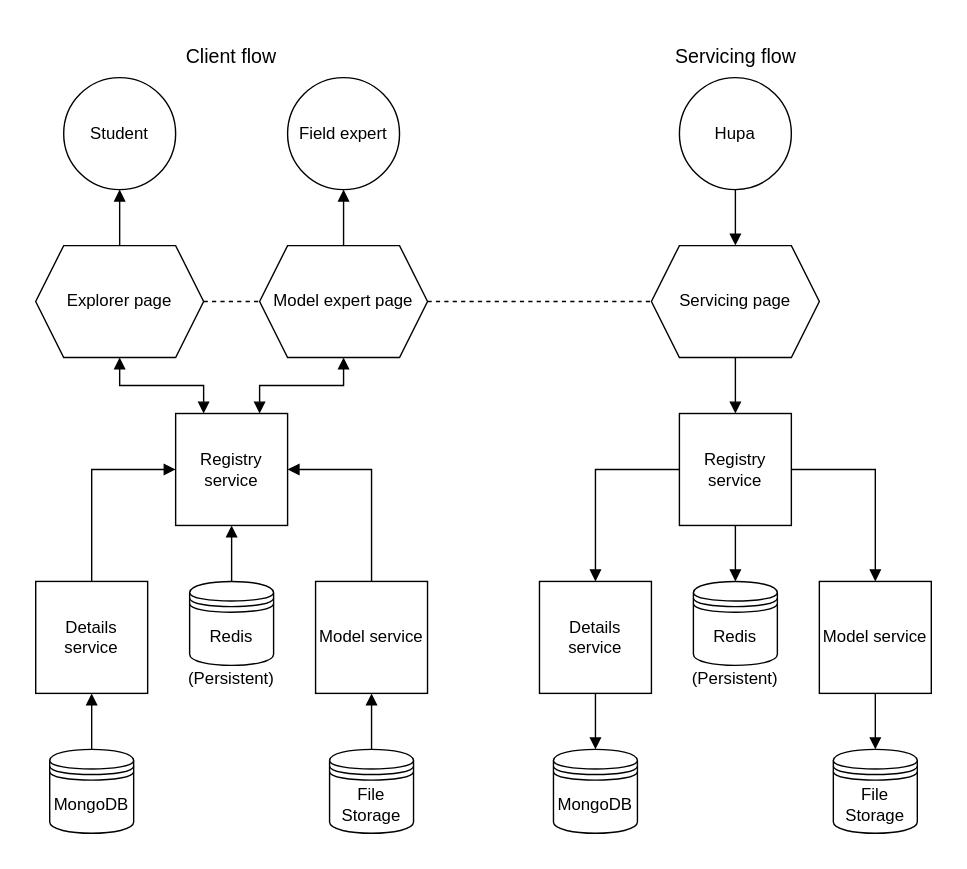
The draw.io diagram design/quicklook.svg in Hupa-Baha-21/inspectAir, before a commit. Source tidied: cells renumbered, new cells last; positions are measured from the earlier drawing's top-left corner, leaving out a move shared by most shapes. Its diagram source:
```xml
<mxGraphModel>
  <root>
    <mxCell id="0" />
    <mxCell id="1" parent="0" />
    <mxCell id="2" value="MongoDB" style="shape=datastore;whiteSpace=wrap;html=1;" parent="1" vertex="1">
      <mxGeometry x="10" y="510" width="60" height="60" as="geometry" />
    </mxCell>
    <mxCell id="3" value="File Storage" style="shape=datastore;whiteSpace=wrap;html=1;" parent="1" vertex="1">
      <mxGeometry x="210" y="510" width="60" height="60" as="geometry" />
    </mxCell>
    <mxCell id="4" value="Details service" style="whiteSpace=wrap;html=1;" parent="1" vertex="1">
      <mxGeometry y="390" width="80" height="80" as="geometry" />
    </mxCell>
    <mxCell id="5" value="Model service" style="whiteSpace=wrap;html=1;" parent="1" vertex="1">
      <mxGeometry x="200" y="390" width="80" height="80" as="geometry" />
    </mxCell>
    <mxCell id="6" style="edgeStyle=orthogonalEdgeStyle;rounded=0;jettySize=auto;html=1;entryX=0.5;entryY=1;entryDx=0;entryDy=0;startArrow=none;startFill=0;endArrow=block;endFill=1;" parent="1" edge="1" source="3" target="5">
      <mxGeometry relative="1" as="geometry" />
    </mxCell>
    <mxCell id="7" style="endArrow=block;startArrow=none;html=1;rounded=0;exitX=0.5;exitY=0;exitDx=0;exitDy=0;entryX=0.5;entryY=1;entryDx=0;entryDy=0;endFill=1;startFill=0;" parent="1" edge="1" source="2" target="4">
      <mxGeometry relative="1" as="geometry" />
    </mxCell>
    <mxCell id="8" value="Student" style="ellipse;whiteSpace=wrap;html=1;" parent="1" vertex="1">
      <mxGeometry x="20" y="30" width="80" height="80" as="geometry" />
    </mxCell>
    <mxCell id="9" style="edgeStyle=orthogonalEdgeStyle;rounded=0;jettySize=auto;html=1;entryX=0;entryY=0.5;entryDx=0;entryDy=0;startArrow=none;startFill=0;endArrow=none;endFill=0;dashed=1;" parent="1" edge="1" source="10" target="14">
      <mxGeometry relative="1" as="geometry" />
    </mxCell>
    <mxCell id="10" value="Explorer page" style="shape=hexagon;perimeter=hexagonPerimeter2;whiteSpace=wrap;html=1;fixedSize=1;" parent="1" vertex="1">
      <mxGeometry y="150" width="120" height="80" as="geometry" />
    </mxCell>
    <mxCell id="11" style="edgeStyle=orthogonalEdgeStyle;rounded=0;jettySize=auto;html=1;entryX=0.5;entryY=0;entryDx=0;entryDy=0;startArrow=block;startFill=1;endArrow=none;endFill=0;" parent="1" edge="1" source="8" target="10">
      <mxGeometry relative="1" as="geometry" />
    </mxCell>
    <mxCell id="12" value="Field expert" style="ellipse;whiteSpace=wrap;html=1;" parent="1" vertex="1">
      <mxGeometry x="180" y="30" width="80" height="80" as="geometry" />
    </mxCell>
    <mxCell id="13" style="edgeStyle=orthogonalEdgeStyle;rounded=0;jettySize=auto;html=1;entryX=0;entryY=0.5;entryDx=0;entryDy=0;dashed=1;startArrow=none;startFill=0;endArrow=none;endFill=0;" parent="1" edge="1" source="14" target="39">
      <mxGeometry relative="1" as="geometry" />
    </mxCell>
    <mxCell id="14" value="Model expert page" style="shape=hexagon;perimeter=hexagonPerimeter2;whiteSpace=wrap;html=1;fixedSize=1;" parent="1" vertex="1">
      <mxGeometry x="160" y="150" width="120" height="80" as="geometry" />
    </mxCell>
    <mxCell id="15" style="edgeStyle=orthogonalEdgeStyle;rounded=0;jettySize=auto;html=1;entryX=0.5;entryY=0;entryDx=0;entryDy=0;startArrow=block;startFill=1;endArrow=none;endFill=0;" parent="1" edge="1" source="12" target="14">
      <mxGeometry relative="1" as="geometry" />
    </mxCell>
    <mxCell id="16" style="edgeStyle=orthogonalEdgeStyle;rounded=0;jettySize=auto;html=1;entryX=0.5;entryY=0;entryDx=0;entryDy=0;startArrow=block;startFill=1;endArrow=none;endFill=0;elbow=vertical;exitX=0;exitY=0.5;exitDx=0;exitDy=0;" parent="1" edge="1" source="18" target="4">
      <mxGeometry relative="1" as="geometry">
        <Array as="points">
          <mxPoint x="40" y="310" />
        </Array>
      </mxGeometry>
    </mxCell>
    <mxCell id="17" style="edgeStyle=orthogonalEdgeStyle;rounded=0;jettySize=auto;html=1;entryX=0.5;entryY=0;entryDx=0;entryDy=0;startArrow=block;startFill=1;endArrow=none;endFill=0;elbow=vertical;exitX=1;exitY=0.5;exitDx=0;exitDy=0;" parent="1" edge="1" source="18" target="5">
      <mxGeometry relative="1" as="geometry">
        <Array as="points">
          <mxPoint x="240" y="310" />
        </Array>
      </mxGeometry>
    </mxCell>
    <mxCell id="18" value="Registry service" style="whiteSpace=wrap;html=1;" parent="1" vertex="1">
      <mxGeometry x="100" y="270" width="80" height="80" as="geometry" />
    </mxCell>
    <mxCell id="19" style="edgeStyle=orthogonalEdgeStyle;rounded=0;jettySize=auto;html=1;entryX=0.25;entryY=0;entryDx=0;entryDy=0;startArrow=block;startFill=1;endArrow=block;endFill=1;elbow=vertical;" parent="1" edge="1" source="10" target="18">
      <mxGeometry relative="1" as="geometry" />
    </mxCell>
    <mxCell id="20" style="edgeStyle=orthogonalEdgeStyle;rounded=0;jettySize=auto;html=1;entryX=0.75;entryY=0;entryDx=0;entryDy=0;startArrow=block;startFill=1;endArrow=block;endFill=1;elbow=vertical;" parent="1" edge="1" source="14" target="18">
      <mxGeometry relative="1" as="geometry" />
    </mxCell>
    <mxCell id="21" value="Redis" style="shape=datastore;whiteSpace=wrap;html=1;" parent="1" vertex="1">
      <mxGeometry x="110" y="390" width="60" height="60" as="geometry" />
    </mxCell>
    <mxCell id="22" style="edgeStyle=orthogonalEdgeStyle;rounded=0;jettySize=auto;html=1;entryX=0.5;entryY=0;entryDx=0;entryDy=0;startArrow=block;startFill=1;endArrow=none;endFill=0;" parent="1" edge="1" source="18" target="21">
      <mxGeometry relative="1" as="geometry" />
    </mxCell>
    <mxCell id="23" value="(Persistent)" style="text;html=1;strokeColor=none;fillColor=none;align=center;verticalAlign=middle;whiteSpace=wrap;rounded=0;" parent="1" vertex="1">
      <mxGeometry x="110" y="450" width="60" height="20" as="geometry" />
    </mxCell>
    <mxCell id="24" value="MongoDB" style="shape=datastore;whiteSpace=wrap;html=1;" parent="1" vertex="1">
      <mxGeometry x="370" y="510" width="60" height="60" as="geometry" />
    </mxCell>
    <mxCell id="25" value="File Storage" style="shape=datastore;whiteSpace=wrap;html=1;" parent="1" vertex="1">
      <mxGeometry x="570" y="510" width="60" height="60" as="geometry" />
    </mxCell>
    <mxCell id="26" value="Details service" style="whiteSpace=wrap;html=1;" parent="1" vertex="1">
      <mxGeometry x="360" y="390" width="80" height="80" as="geometry" />
    </mxCell>
    <mxCell id="27" value="Model service" style="whiteSpace=wrap;html=1;" parent="1" vertex="1">
      <mxGeometry x="560" y="390" width="80" height="80" as="geometry" />
    </mxCell>
    <mxCell id="28" style="edgeStyle=orthogonalEdgeStyle;rounded=0;jettySize=auto;html=1;entryX=0.5;entryY=1;entryDx=0;entryDy=0;startArrow=block;startFill=1;endArrow=none;endFill=0;" parent="1" edge="1" source="25" target="27">
      <mxGeometry relative="1" as="geometry" />
    </mxCell>
    <mxCell id="29" style="endArrow=none;startArrow=block;html=1;rounded=0;exitX=0.5;exitY=0;exitDx=0;exitDy=0;entryX=0.5;entryY=1;entryDx=0;entryDy=0;endFill=0;startFill=1;" parent="1" edge="1" source="24" target="26">
      <mxGeometry relative="1" as="geometry" />
    </mxCell>
    <mxCell id="30" style="edgeStyle=orthogonalEdgeStyle;rounded=0;jettySize=auto;html=1;entryX=0.5;entryY=0;entryDx=0;entryDy=0;startArrow=none;startFill=0;endArrow=block;endFill=1;elbow=vertical;exitX=0;exitY=0.5;exitDx=0;exitDy=0;" parent="1" edge="1" source="32" target="26">
      <mxGeometry relative="1" as="geometry">
        <Array as="points">
          <mxPoint x="400" y="310" />
        </Array>
      </mxGeometry>
    </mxCell>
    <mxCell id="31" style="edgeStyle=orthogonalEdgeStyle;rounded=0;jettySize=auto;html=1;entryX=0.5;entryY=0;entryDx=0;entryDy=0;startArrow=none;startFill=0;endArrow=block;endFill=1;elbow=vertical;exitX=1;exitY=0.5;exitDx=0;exitDy=0;" parent="1" edge="1" source="32" target="27">
      <mxGeometry relative="1" as="geometry">
        <Array as="points">
          <mxPoint x="600" y="310" />
        </Array>
      </mxGeometry>
    </mxCell>
    <mxCell id="32" value="Registry service" style="whiteSpace=wrap;html=1;" parent="1" vertex="1">
      <mxGeometry x="460" y="270" width="80" height="80" as="geometry" />
    </mxCell>
    <mxCell id="33" value="Redis" style="shape=datastore;whiteSpace=wrap;html=1;" parent="1" vertex="1">
      <mxGeometry x="470" y="390" width="60" height="60" as="geometry" />
    </mxCell>
    <mxCell id="34" style="edgeStyle=orthogonalEdgeStyle;rounded=0;jettySize=auto;html=1;entryX=0.5;entryY=0;entryDx=0;entryDy=0;startArrow=none;startFill=0;endArrow=block;endFill=1;" parent="1" edge="1" source="32" target="33">
      <mxGeometry relative="1" as="geometry" />
    </mxCell>
    <mxCell id="35" value="(Persistent)" style="text;html=1;strokeColor=none;fillColor=none;align=center;verticalAlign=middle;whiteSpace=wrap;rounded=0;" parent="1" vertex="1">
      <mxGeometry x="470" y="450" width="60" height="20" as="geometry" />
    </mxCell>
    <mxCell id="36" style="edgeStyle=orthogonalEdgeStyle;rounded=0;jettySize=auto;html=1;entryX=0.5;entryY=0;entryDx=0;entryDy=0;startArrow=none;startFill=0;endArrow=block;endFill=1;" parent="1" edge="1" source="37" target="39">
      <mxGeometry relative="1" as="geometry" />
    </mxCell>
    <mxCell id="37" value="Hupa" style="ellipse;whiteSpace=wrap;html=1;" parent="1" vertex="1">
      <mxGeometry x="460" y="30" width="80" height="80" as="geometry" />
    </mxCell>
    <mxCell id="38" style="edgeStyle=orthogonalEdgeStyle;rounded=0;jettySize=auto;html=1;entryX=0.5;entryY=0;entryDx=0;entryDy=0;startArrow=none;startFill=0;endArrow=block;endFill=1;" parent="1" edge="1" source="39" target="32">
      <mxGeometry relative="1" as="geometry" />
    </mxCell>
    <mxCell id="39" value="Servicing page" style="shape=hexagon;perimeter=hexagonPerimeter2;whiteSpace=wrap;html=1;fixedSize=1;" parent="1" vertex="1">
      <mxGeometry x="440" y="150" width="120" height="80" as="geometry" />
    </mxCell>
    <mxCell id="40" value="&lt;font style=&quot;font-size: 14px&quot;&gt;Client flow&lt;/font&gt;" style="text;html=1;strokeColor=none;fillColor=none;align=center;verticalAlign=middle;whiteSpace=wrap;rounded=0;" parent="1" vertex="1">
      <mxGeometry x="105" width="70" height="30" as="geometry" />
    </mxCell>
    <mxCell id="41" value="&lt;font style=&quot;font-size: 14px&quot;&gt;Servicing flow&lt;/font&gt;" style="text;html=1;strokeColor=none;fillColor=none;align=center;verticalAlign=middle;whiteSpace=wrap;rounded=0;" parent="1" vertex="1">
      <mxGeometry x="447.5" width="105" height="30" as="geometry" />
    </mxCell>
  </root>
</mxGraphModel>
```
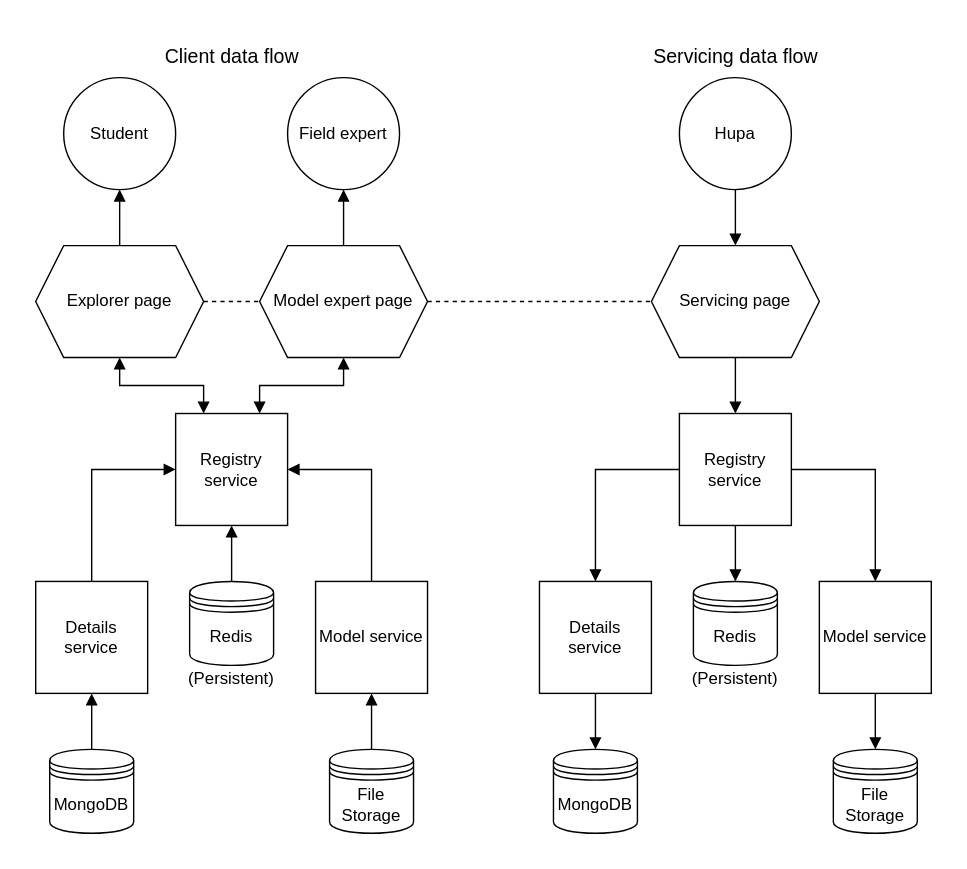
After the change.

What changed in the source:
```diff
@@ -132,11 +132,11 @@
     <mxCell id="39" value="Servicing page" style="shape=hexagon;perimeter=hexagonPerimeter2;whiteSpace=wrap;html=1;fixedSize=1;" parent="1" vertex="1">
       <mxGeometry x="440" y="150" width="120" height="80" as="geometry" />
     </mxCell>
-    <mxCell id="40" value="&lt;font style=&quot;font-size: 14px&quot;&gt;Client flow&lt;/font&gt;" style="text;html=1;strokeColor=none;fillColor=none;align=center;verticalAlign=middle;whiteSpace=wrap;rounded=0;" parent="1" vertex="1">
-      <mxGeometry x="105" width="70" height="30" as="geometry" />
+    <mxCell id="40" value="&lt;font style=&quot;font-size: 14px&quot;&gt;Client data flow&lt;/font&gt;" style="text;html=1;strokeColor=none;fillColor=none;align=center;verticalAlign=middle;whiteSpace=wrap;rounded=0;" parent="1" vertex="1">
+      <mxGeometry x="87.5" width="105" height="30" as="geometry" />
     </mxCell>
-    <mxCell id="41" value="&lt;font style=&quot;font-size: 14px&quot;&gt;Servicing flow&lt;/font&gt;" style="text;html=1;strokeColor=none;fillColor=none;align=center;verticalAlign=middle;whiteSpace=wrap;rounded=0;" parent="1" vertex="1">
-      <mxGeometry x="447.5" width="105" height="30" as="geometry" />
+    <mxCell id="41" value="&lt;font style=&quot;font-size: 14px&quot;&gt;Servicing data flow&lt;/font&gt;" style="text;html=1;strokeColor=none;fillColor=none;align=center;verticalAlign=middle;whiteSpace=wrap;rounded=0;" parent="1" vertex="1">
+      <mxGeometry x="438.8" width="122.5" height="30" as="geometry" />
     </mxCell>
   </root>
 </mxGraphModel>
```
